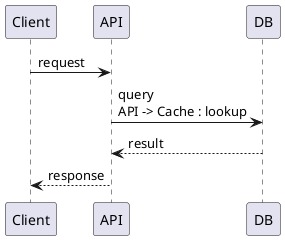
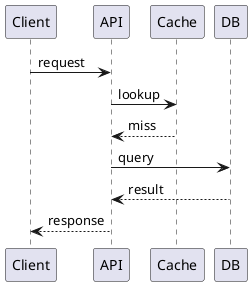
@startuml
Client -> API : request
- API -> DB : query\nAPI -> Cache : lookup
+ API -> Cache : lookup
+ Cache --> API : miss
+ API -> DB : query
DB --> API : result
API --> Client : response
@enduml
